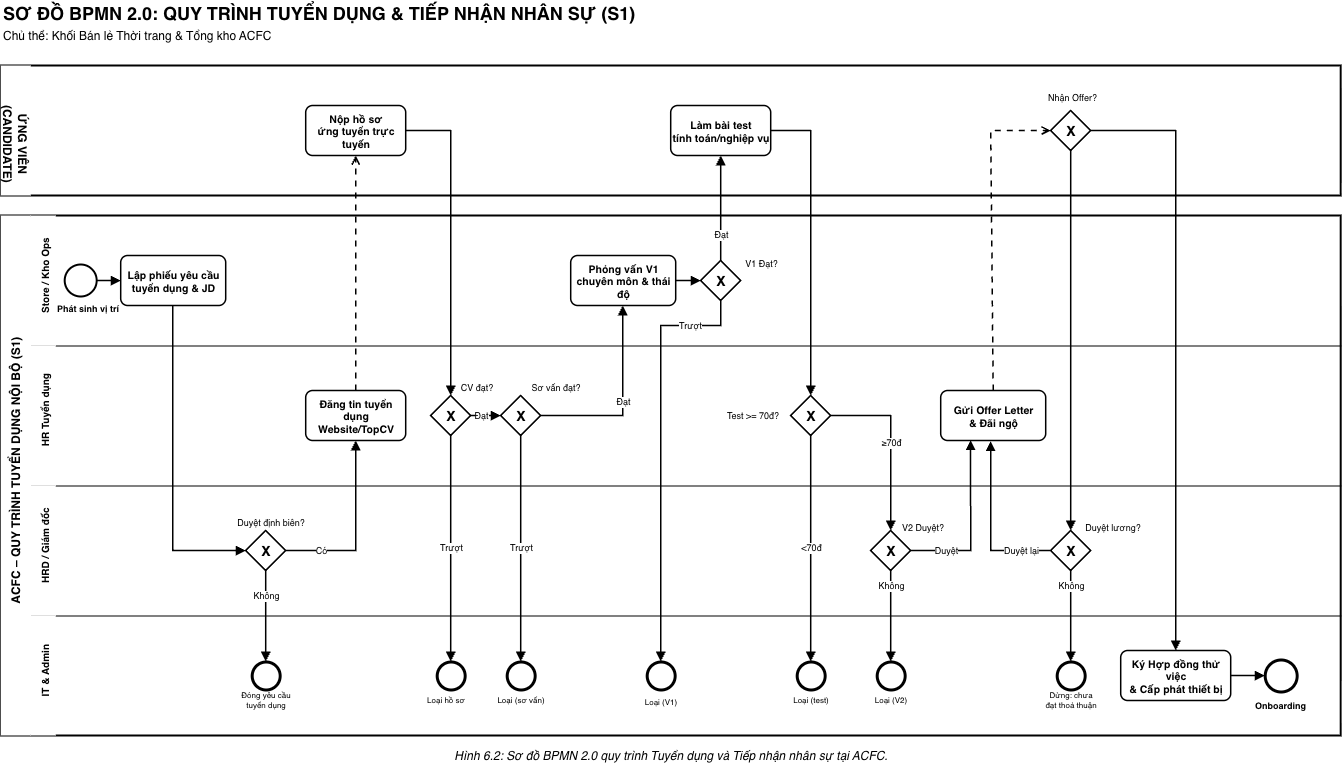
The draw.io diagram docs/workspaces/NguyenCongHung/svg/bpmn-tuyen-dung-nhan-su-s1.drawio.png in anthinh-io/bpm-acfc-vietnam-analysis, before a commit. Source tidied: cells renumbered, new cells last; positions are measured from the earlier drawing's top-left corner, leaving out a move shared by most shapes.
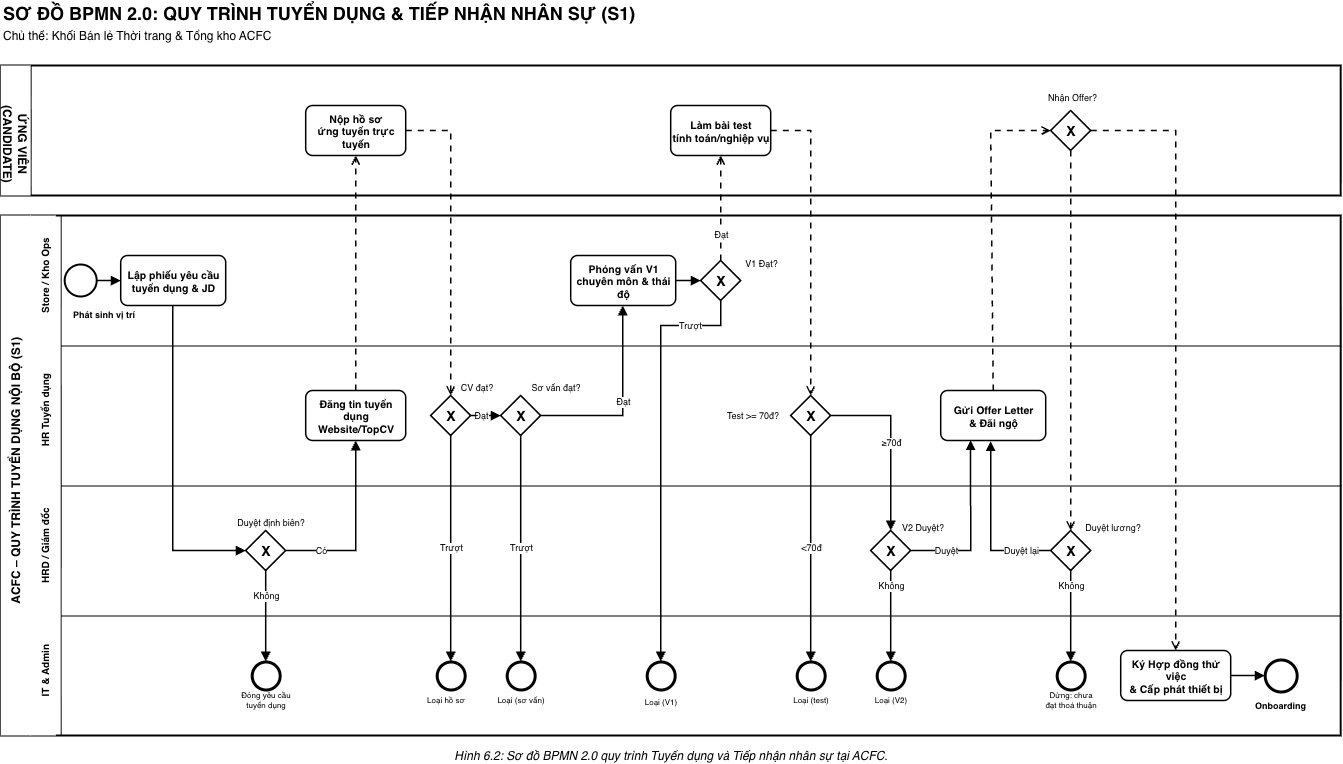
The same diagram one commit later.

Diff of the diagram source:
```diff
@@ -20,7 +20,7 @@
     <mxCell id="7" style="rounded=0;whiteSpace=wrap;html=1;fillColor=none;strokeColor=#000000;strokeWidth=2;verticalAlign=top;" parent="1" vertex="1">
       <mxGeometry x="137" y="216" width="1340" height="520" as="geometry" />
     </mxCell>
-    <mxCell id="8" style="rounded=0;whiteSpace=wrap;html=1;fillColor=#ffffff;strokeColor=none;strokeColor=none;" parent="1" vertex="1">
+    <mxCell id="8" style="rounded=0;whiteSpace=wrap;html=1;fillColor=#ffffff;strokeColor=#000000;strokeColor=none;" parent="1" vertex="1">
       <mxGeometry x="137" y="216" width="30" height="520" as="geometry" />
     </mxCell>
     <mxCell id="9" value="ACFC – QUY TRÌNH TUYỂN DỤNG NỘI BỘ (S1)" style="text;html=1;whiteSpace=wrap;fontSize=12;fontColor=#000000;fontStyle=1;align=center;verticalAlign=middle;rotation=-90;" parent="1" vertex="1">
@@ -28,7 +28,7 @@
     </mxCell>
     <mxCell id="10" style="endArrow=none;html=1;strokeColor=#000000;strokeWidth=1;fillColor=#ffffff;" parent="1" edge="1">
       <mxGeometry relative="1" as="geometry">
-        <mxPoint x="167" y="346" as="sourcePoint" />
+        <mxPoint x="197" y="346" as="sourcePoint" />
         <mxPoint x="1477" y="346" as="targetPoint" />
       </mxGeometry>
     </mxCell>
@@ -40,7 +40,7 @@
     </mxCell>
     <mxCell id="13" style="endArrow=none;html=1;strokeColor=#000000;strokeWidth=1;fillColor=#ffffff;" parent="1" edge="1">
       <mxGeometry relative="1" as="geometry">
-        <mxPoint x="167" y="486" as="sourcePoint" />
+        <mxPoint x="197" y="486" as="sourcePoint" />
         <mxPoint x="1477" y="486" as="targetPoint" />
       </mxGeometry>
     </mxCell>
@@ -52,7 +52,7 @@
     </mxCell>
     <mxCell id="16" style="endArrow=none;html=1;strokeColor=#000000;strokeWidth=1;fillColor=#ffffff;" parent="1" edge="1">
       <mxGeometry relative="1" as="geometry">
-        <mxPoint x="167" y="616" as="sourcePoint" />
+        <mxPoint x="197" y="616" as="sourcePoint" />
         <mxPoint x="1477" y="616" as="targetPoint" />
       </mxGeometry>
     </mxCell>
@@ -72,7 +72,7 @@
       <mxGeometry x="201" y="265" width="32" height="32" as="geometry" />
     </mxCell>
     <mxCell id="22" value="Phát sinh vị trí" style="text;html=1;whiteSpace=wrap;fontSize=9;fontColor=#000000;fontStyle=1;align=center;verticalAlign=top;" parent="1" vertex="1">
-      <mxGeometry x="172" y="297" width="104" height="16" as="geometry" />
+      <mxGeometry x="188" y="303" width="104" height="16" as="geometry" />
     </mxCell>
     <mxCell id="23" value="Lập phiếu yêu cầu&#10;tuyển dụng &amp; JD" style="rounded=1;arcSize=14;whiteSpace=wrap;html=1;fillColor=#ffffff;strokeColor=#000000;strokeWidth=1.5;fontColor=#000000;fontSize=10.5;fontStyle=1;shadow=0;align=center;verticalAlign=middle;" parent="1" vertex="1">
       <mxGeometry x="257" y="256" width="105" height="50" as="geometry" />
@@ -179,7 +179,7 @@
         <mxPoint x="492" y="156" as="targetPoint" />
       </mxGeometry>
     </mxCell>
-    <mxCell id="52" style="endArrow=block;endFill=1;html=1;rounded=0;strokeColor=#000000;strokeWidth=1.5;fontSize=9;" parent="1" edge="1">
+    <mxCell id="52" style="endArrow=open;endFill=0;html=1;rounded=0;strokeColor=#000000;strokeWidth=1.5;fontSize=9;dashed=1;dashPattern=4 4;" parent="1" edge="1">
       <mxGeometry relative="1" as="geometry">
         <mxPoint x="542" y="131" as="sourcePoint" />
         <mxPoint x="587" y="396" as="targetPoint" />
@@ -209,13 +209,13 @@
         <mxPoint x="837" y="281" as="targetPoint" />
       </mxGeometry>
     </mxCell>
-    <mxCell id="56" value="Đạt" style="endArrow=block;endFill=1;html=1;rounded=0;strokeColor=#000000;strokeWidth=1.5;fontSize=9;" parent="1" edge="1">
+    <mxCell id="56" value="Đạt" style="endArrow=open;endFill=0;html=1;rounded=0;strokeColor=#000000;strokeWidth=1.5;fontSize=9;dashed=1;dashPattern=4 4;" parent="1" edge="1">
       <mxGeometry x="-0.52" relative="1" as="geometry">
         <mxPoint x="857" y="261" as="sourcePoint" />
         <mxPoint x="857" y="156" as="targetPoint" />
       </mxGeometry>
     </mxCell>
-    <mxCell id="57" style="endArrow=block;endFill=1;html=1;rounded=0;strokeColor=#000000;strokeWidth=1.5;fontSize=9;" parent="1" edge="1">
+    <mxCell id="57" style="endArrow=open;endFill=0;html=1;rounded=0;strokeColor=#000000;strokeWidth=1.5;fontSize=9;dashed=1;dashPattern=4 4;" parent="1" edge="1">
       <mxGeometry relative="1" as="geometry">
         <mxPoint x="907" y="131" as="sourcePoint" />
         <mxPoint x="947" y="396" as="targetPoint" />
@@ -248,7 +248,7 @@
         </Array>
       </mxGeometry>
     </mxCell>
-    <mxCell id="61" style="endArrow=block;endFill=1;html=1;rounded=0;strokeColor=#000000;strokeWidth=1.5;fontSize=9;" parent="1" edge="1">
+    <mxCell id="61" style="endArrow=open;endFill=0;html=1;rounded=0;strokeColor=#000000;strokeWidth=1.5;fontSize=9;dashed=1;dashPattern=4 4;" parent="1" edge="1">
       <mxGeometry relative="1" as="geometry">
         <mxPoint x="1227" y="131" as="sourcePoint" />
         <mxPoint x="1312" y="651" as="targetPoint" />
@@ -257,7 +257,7 @@
         </Array>
       </mxGeometry>
     </mxCell>
-    <mxCell id="62" style="endArrow=block;endFill=1;html=1;rounded=0;strokeColor=#000000;strokeWidth=1.5;fontSize=9;" parent="1" edge="1">
+    <mxCell id="62" style="endArrow=open;endFill=0;html=1;rounded=0;strokeColor=#000000;strokeWidth=1.5;fontSize=9;dashed=1;dashPattern=4 4;" parent="1" edge="1">
       <mxGeometry relative="1" as="geometry">
         <mxPoint x="1207" y="151" as="sourcePoint" />
         <mxPoint x="1207" y="531" as="targetPoint" />
@@ -368,5 +368,17 @@
     <mxCell id="86" value="Dừng: chưa&#10;đạt thoả thuận" style="text;html=1;whiteSpace=wrap;fontSize=8;fontColor=#000000;fontStyle=0;align=center;verticalAlign=middle;" parent="1" vertex="1">
       <mxGeometry x="1157" y="688" width="100" height="24" as="geometry" />
     </mxCell>
+    <mxCell id="87" style="endArrow=none;html=1;strokeColor=#000000;strokeWidth=1;" parent="1" edge="1">
+      <mxGeometry relative="1" as="geometry">
+        <mxPoint x="167" y="66" as="sourcePoint" />
+        <mxPoint x="167" y="196" as="targetPoint" />
+      </mxGeometry>
+    </mxCell>
+    <mxCell id="88" style="endArrow=none;html=1;strokeColor=#000000;strokeWidth=1;" parent="1" edge="1">
+      <mxGeometry relative="1" as="geometry">
+        <mxPoint x="197" y="216" as="sourcePoint" />
+        <mxPoint x="197" y="736" as="targetPoint" />
+      </mxGeometry>
+    </mxCell>
   </root>
 </mxGraphModel>
```
